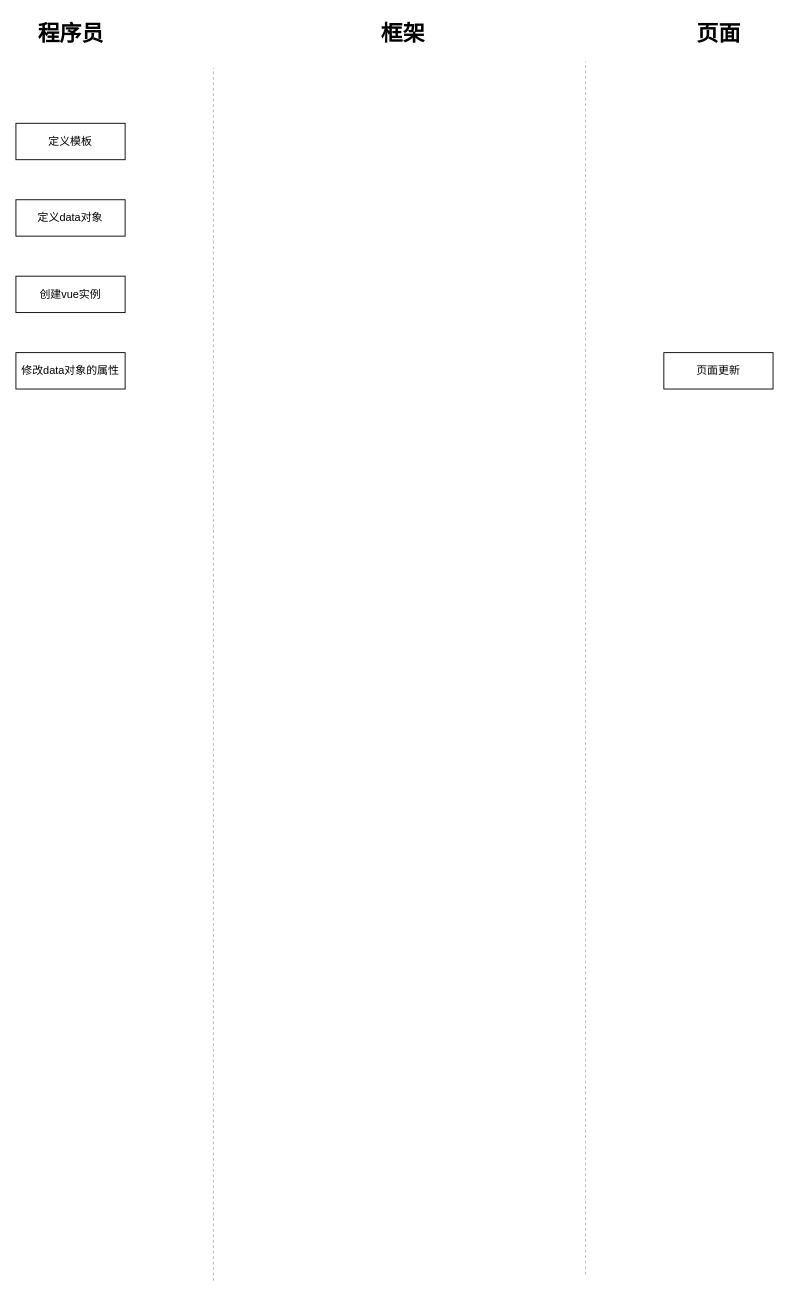
Before: vue3.drawio in k525056857/mfr, a draw.io diagram. Source tidied: cells renumbered, new cells numbered last; positions are measured from the earlier drawing's top-left corner, leaving out a move shared by most shapes. Both pictures are drawn from the tidied source at 91%, with x=0, y=0 at pixel (15, 15).
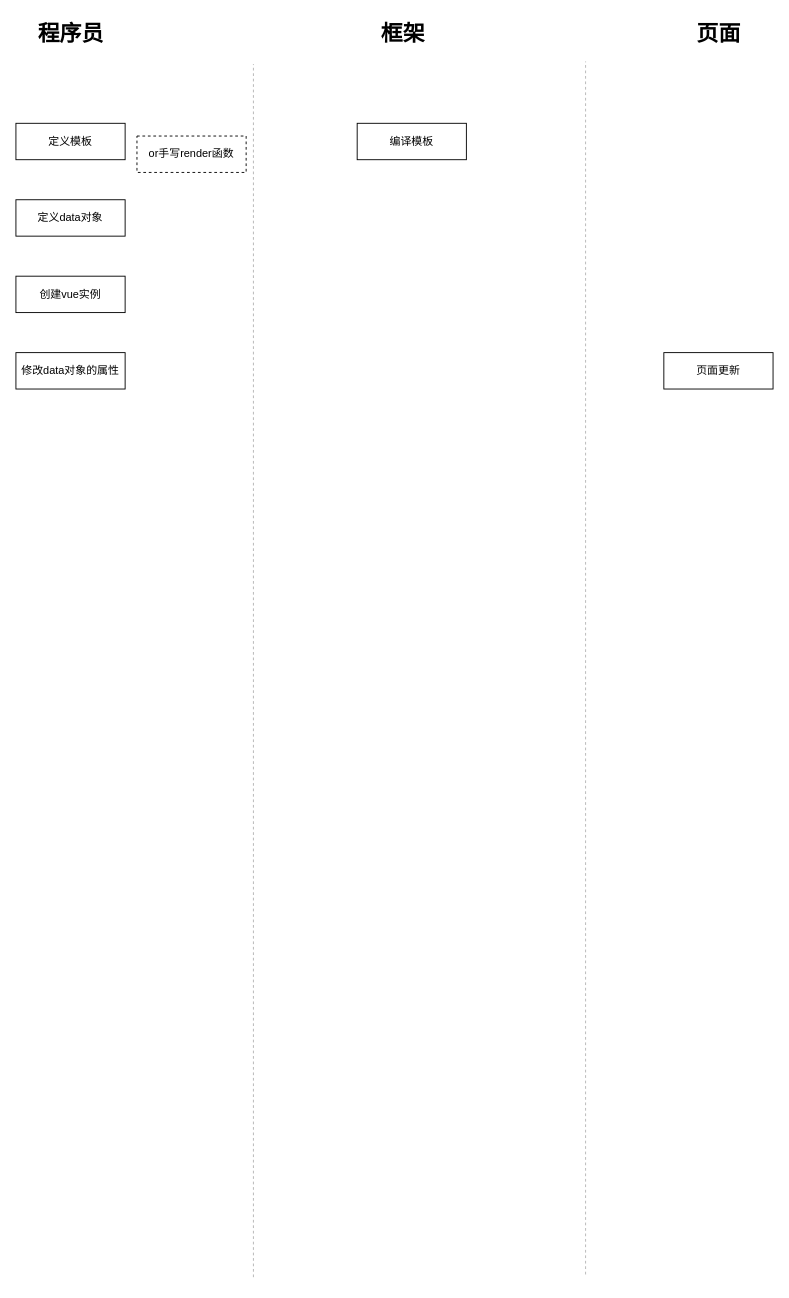
After the change.

The edit, as a diff of the source:
```diff
@@
 <mxGraphModel>
   <root>
     <mxCell id="0" />
     <mxCell id="1" parent="0" />
     <mxCell id="2" style="endArrow=none;dashed=1;html=1;strokeWidth=1;strokeColor=#B3B3B3;" parent="1" edge="1">
       <mxGeometry relative="1" as="geometry">
-        <mxPoint x="217" y="1390" as="sourcePoint" />
-        <mxPoint x="217" y="57" as="targetPoint" />
+        <mxPoint x="261" y="1386" as="sourcePoint" />
+        <mxPoint x="261" y="53" as="targetPoint" />
       </mxGeometry>
     </mxCell>
     <mxCell id="3" style="endArrow=none;dashed=1;html=1;strokeWidth=1;strokeColor=#B3B3B3;" parent="1" edge="1">
       <mxGeometry relative="1" as="geometry">
         <mxPoint x="626" y="1383" as="sourcePoint" />
         <mxPoint x="626" y="50" as="targetPoint" />
       </mxGeometry>
     </mxCell>
     <mxCell id="4" value="程序员" style="text;strokeColor=none;fillColor=none;html=1;fontSize=24;fontStyle=1;verticalAlign=middle;align=center;" parent="1" vertex="1">
       <mxGeometry x="10" width="100" height="40" as="geometry" />
     </mxCell>
     <mxCell id="5" value="框架" style="text;strokeColor=none;fillColor=none;html=1;fontSize=24;fontStyle=1;verticalAlign=middle;align=center;" parent="1" vertex="1">
       <mxGeometry x="375" width="100" height="40" as="geometry" />
     </mxCell>
     <mxCell id="6" value="页面" style="text;strokeColor=none;fillColor=none;html=1;fontSize=24;fontStyle=1;verticalAlign=middle;align=center;" parent="1" vertex="1">
       <mxGeometry x="722" width="100" height="40" as="geometry" />
     </mxCell>
     <mxCell id="7" value="定义模板" style="rounded=0;whiteSpace=wrap;html=1;" parent="1" vertex="1">
       <mxGeometry y="118" width="120" height="40" as="geometry" />
     </mxCell>
     <mxCell id="8" value="定义data对象" style="rounded=0;whiteSpace=wrap;html=1;" parent="1" vertex="1">
       <mxGeometry y="202" width="120" height="40" as="geometry" />
     </mxCell>
     <mxCell id="9" value="创建vue实例" style="rounded=0;whiteSpace=wrap;html=1;" parent="1" vertex="1">
       <mxGeometry y="286" width="120" height="40" as="geometry" />
     </mxCell>
     <mxCell id="10" value="修改data对象的属性" style="rounded=0;whiteSpace=wrap;html=1;" parent="1" vertex="1">
       <mxGeometry y="370" width="120" height="40" as="geometry" />
     </mxCell>
     <mxCell id="11" value="页面更新" style="rounded=0;whiteSpace=wrap;html=1;" parent="1" vertex="1">
       <mxGeometry x="712" y="370" width="120" height="40" as="geometry" />
     </mxCell>
+    <mxCell id="12" value="编译模板" style="rounded=0;whiteSpace=wrap;html=1;" parent="1" vertex="1">
+      <mxGeometry x="375" y="118" width="120" height="40" as="geometry" />
+    </mxCell>
+    <mxCell id="13" value="or手写render函数" style="rounded=0;whiteSpace=wrap;html=1;dashed=1;" parent="1" vertex="1">
+      <mxGeometry x="133" y="132" width="120" height="40" as="geometry" />
+    </mxCell>
   </root>
 </mxGraphModel>
```
